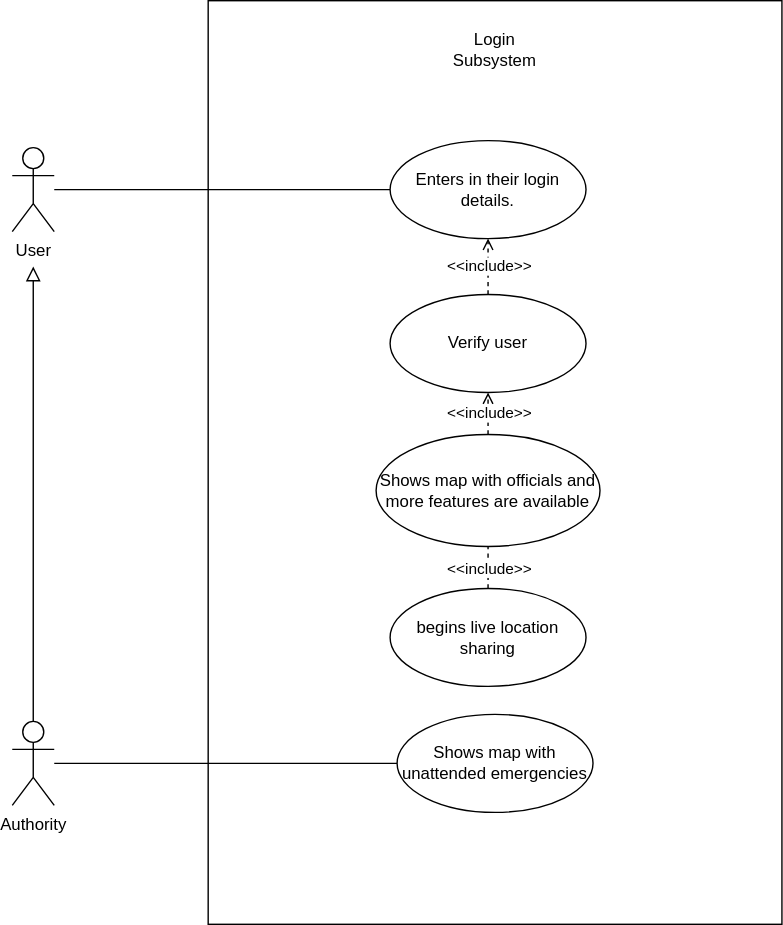
Before: Login.drawio.svg, a diagram exported from draw.io (Kari19/D1). Source tidied: cells renumbered, new cells last; positions are measured from the earlier drawing's top-left corner, leaving out a move shared by most shapes.
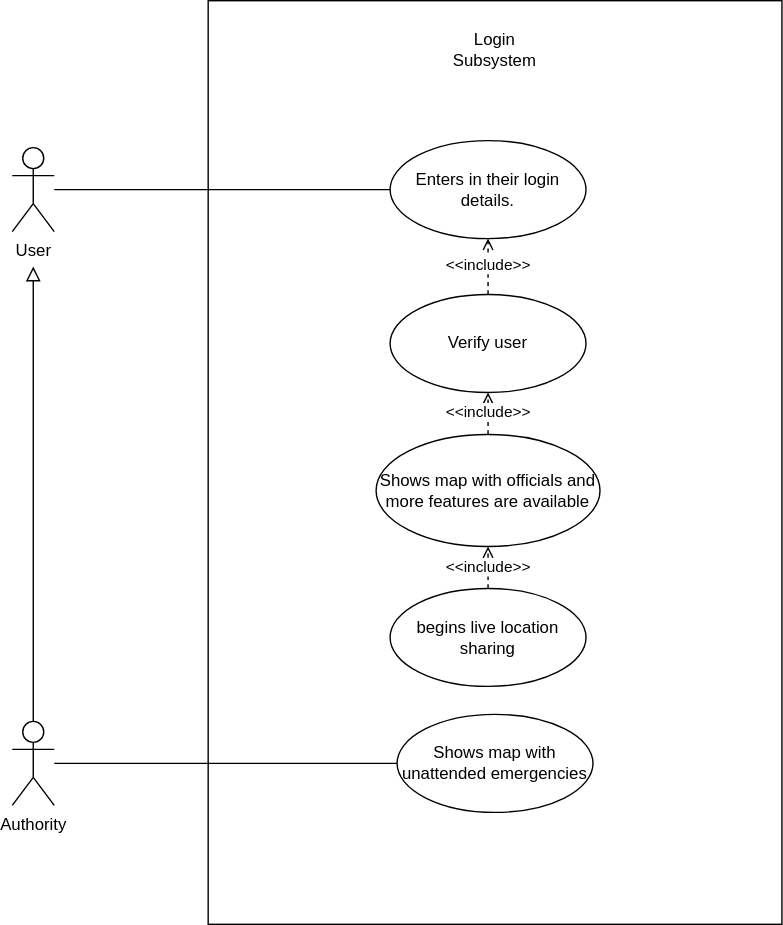
After the commit.

What changed in the source:
```diff
@@ -49,7 +49,7 @@
     <mxCell id="16" value="Verify user" style="ellipse;whiteSpace=wrap;html=1;" parent="1" vertex="1">
       <mxGeometry x="270" y="210" width="140" height="70" as="geometry" />
     </mxCell>
-    <mxCell id="17" style="edgeStyle=orthogonalEdgeStyle;rounded=0;jettySize=auto;html=1;dashed=1;endArrow=none;startFill=0;" parent="1" edge="1" source="19" target="9">
+    <mxCell id="17" style="edgeStyle=orthogonalEdgeStyle;rounded=0;jettySize=auto;html=1;dashed=1;endArrow=open;startFill=0;endFill=0;" parent="1" edge="1" source="19" target="9">
       <mxGeometry relative="1" as="geometry" />
     </mxCell>
     <mxCell id="18" value="&amp;lt;&amp;lt;include&amp;gt;&amp;gt;" style="edgeLabel;html=1;align=center;verticalAlign=middle;" parent="17" vertex="1">
```
